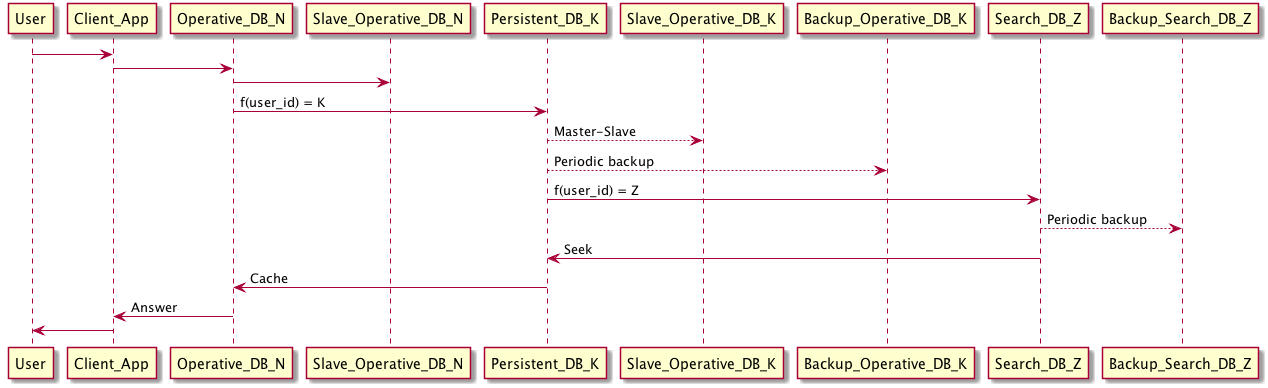
This is uml/request.png from kimichael/techno-db, a PlantUML export, as it was before one commit. The source it was exported from:
```plantuml
@startuml
User -> Client_App
Client_App -> Operative_DB_N
Operative_DB_N -> Slave_Operative_DB_N
Operative_DB_N -> Persistent_DB_K : f(user_id) = K
Persistent_DB_K --> Slave_Operative_DB_K : Master-Slave
Persistent_DB_K --> Backup_Operative_DB_K : Periodic backup
Persistent_DB_K -> Search_DB_Z : f(user_id) = Z
Search_DB_Z --> Backup_Search_DB_Z : Periodic backup
Search_DB_Z -> Persistent_DB_K : Seek
Persistent_DB_K -> Operative_DB_N : Cache
Operative_DB_N -> Client_App : Answer
Client_App -> User
@enduml
```
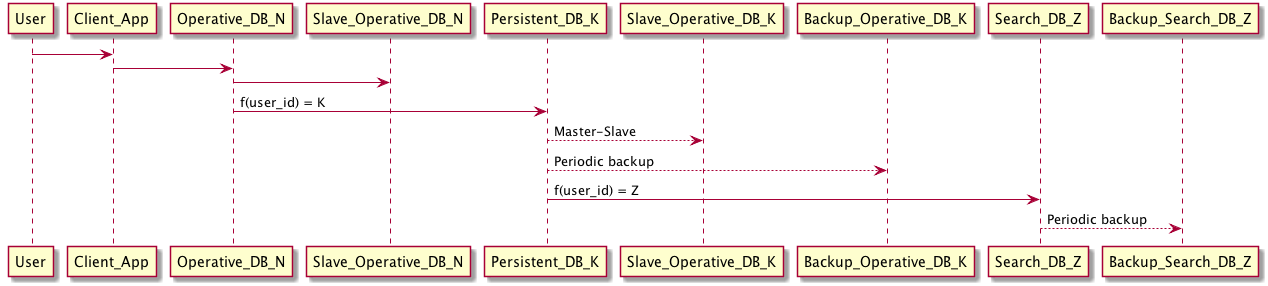
Above is the later version.

Commit message:
Change request and query schemas

Diff of the diagram source:
```diff
@@ -7,8 +7,4 @@
 Persistent_DB_K --> Backup_Operative_DB_K : Periodic backup
 Persistent_DB_K -> Search_DB_Z : f(user_id) = Z
 Search_DB_Z --> Backup_Search_DB_Z : Periodic backup
-Search_DB_Z -> Persistent_DB_K : Seek
-Persistent_DB_K -> Operative_DB_N : Cache
-Operative_DB_N -> Client_App : Answer
-Client_App -> User
 @enduml
```
